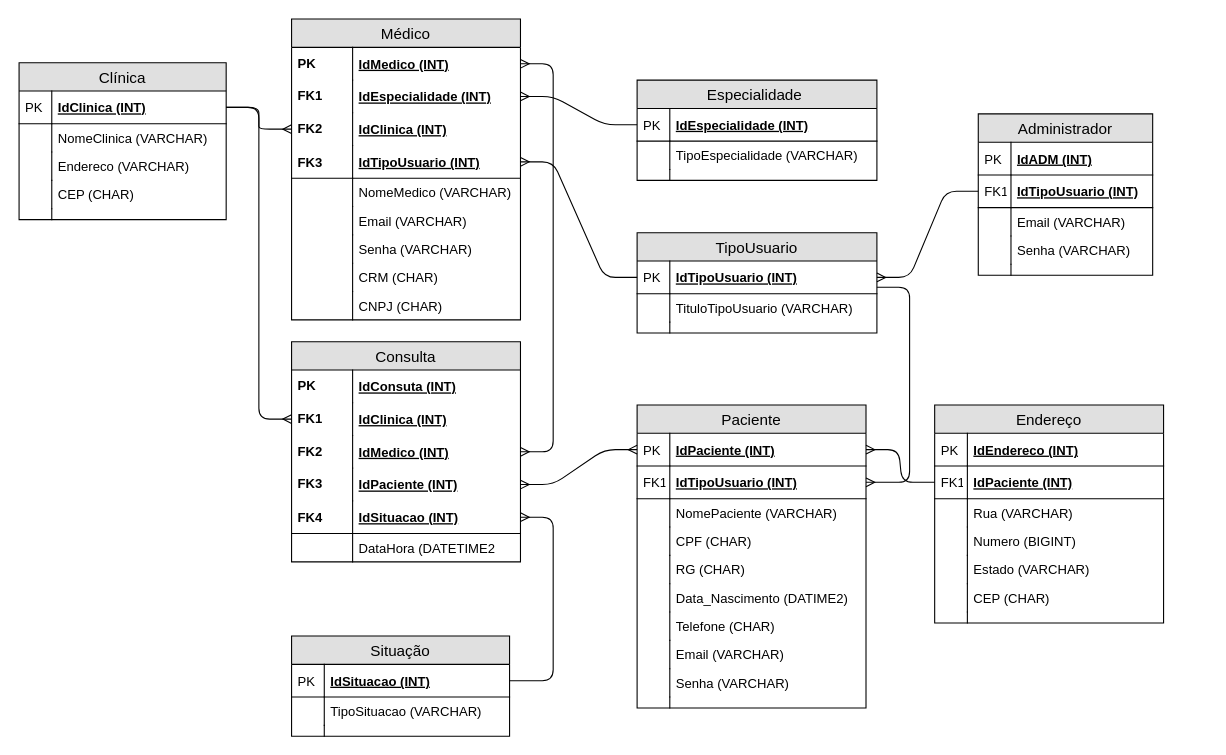
This is page "Lógico" (2 of 2) of Modelagem/SPMed.drawio from Matheus-Nasci/SENAI_SPMedGroup_Sprint1-BD-Tarde-MatheusNascimento, a draw.io file, before an edit. Source tidied: cells renumbered, new cells numbered last; positions are measured from the earlier drawing's top-left corner, leaving out a move shared by most shapes. Both pictures are drawn from the tidied source at 109%, with x=0, y=0 at pixel (19, 19).
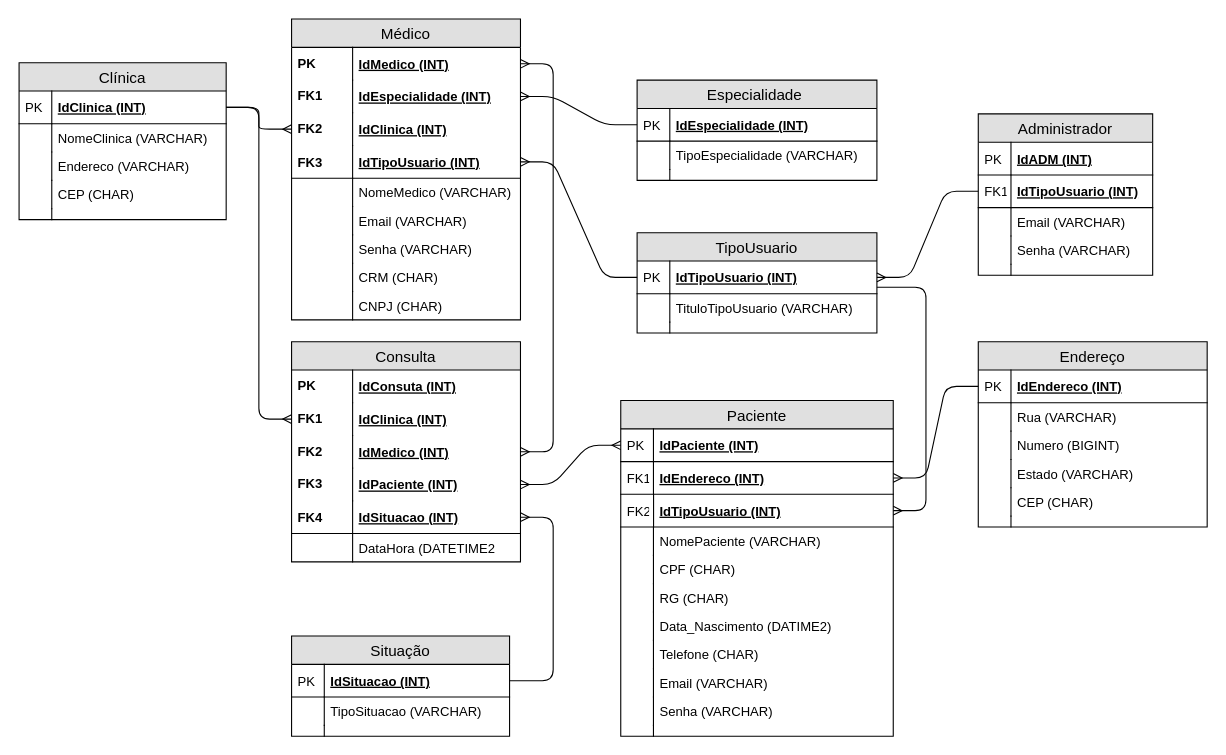
After the change.

Unchanged cells that the change refers to:
```xml
<mxCell id="108" value="IdEndereco (INT)" style="shape=partialRectangle;top=0;left=0;right=0;bottom=1;align=left;verticalAlign=middle;fillColor=none;spacingLeft=34;spacingRight=4;overflow=hidden;points=[[0,0.5],[1,0.5]];portConstraint=eastwest;fontStyle=5;fontSize=12;" parent="107" vertex="1">
  <mxGeometry y="26" width="210" height="30" as="geometry" />
</mxCell>
```

Diff of the diagram source:
```diff
@@
     <mxCell id="20" value="Paciente" style="swimlane;fontStyle=0;horizontal=1;startSize=26;fillColor=#e0e0e0;swimlaneFillColor=#ffffff;align=center;fontSize=14;" parent="1" vertex="1">
-      <mxGeometry x="567" y="354" width="210" height="278" as="geometry" />
+      <mxGeometry x="552" y="350" width="250" height="308" as="geometry" />
     </mxCell>
     <mxCell id="21" value="IdPaciente (INT)" style="shape=partialRectangle;top=0;left=0;right=0;bottom=1;align=left;verticalAlign=middle;fillColor=none;spacingLeft=34;spacingRight=4;overflow=hidden;points=[[0,0.5],[1,0.5]];portConstraint=eastwest;fontStyle=5;fontSize=12;" parent="20" vertex="1">
-      <mxGeometry y="26" width="210" height="30" as="geometry" />
+      <mxGeometry y="26" width="250" height="30" as="geometry" />
     </mxCell>
@@
+    <mxCell id="123" value="IdEndereco (INT)" style="shape=partialRectangle;top=0;left=0;right=0;bottom=1;align=left;verticalAlign=middle;fillColor=none;spacingLeft=34;spacingRight=4;overflow=hidden;points=[[0,0.5],[1,0.5]];portConstraint=eastwest;fontStyle=5;fontSize=12;" parent="20" vertex="1">
+      <mxGeometry y="56" width="250" height="30" as="geometry" />
+    </mxCell>
+    <mxCell id="111" value="FK1" style="shape=partialRectangle;top=0;left=0;bottom=0;fillColor=none;align=left;verticalAlign=middle;spacingLeft=4;spacingRight=4;overflow=hidden;fontSize=12;" parent="123" vertex="1">
+      <mxGeometry width="30" height="30" as="geometry" />
+    </mxCell>
     <mxCell id="23" value="IdTipoUsuario (INT)" style="shape=partialRectangle;top=0;left=0;right=0;bottom=1;align=left;verticalAlign=middle;fillColor=none;spacingLeft=34;spacingRight=4;overflow=hidden;points=[[0,0.5],[1,0.5]];portConstraint=eastwest;fontStyle=5;fontSize=12;" parent="20" vertex="1">
-      <mxGeometry y="56" width="210" height="30" as="geometry" />
+      <mxGeometry y="86" width="250" height="30" as="geometry" />
     </mxCell>
-    <mxCell id="24" value="FK1" style="shape=partialRectangle;top=0;left=0;bottom=0;fillColor=none;align=left;verticalAlign=middle;spacingLeft=4;spacingRight=4;overflow=hidden;fontSize=12;" parent="23" vertex="1">
-      <mxGeometry width="30" height="30" as="geometry" />
+    <mxCell id="24" value="FK2" style="shape=partialRectangle;top=0;left=0;bottom=0;fillColor=none;align=left;verticalAlign=middle;spacingLeft=4;spacingRight=4;overflow=hidden;fontSize=12;" parent="23" vertex="1">
+      <mxGeometry width="30.1" height="30" as="geometry" />
     </mxCell>
     <mxCell id="25" value="NomePaciente (VARCHAR)" style="shape=partialRectangle;top=0;left=0;right=0;bottom=0;align=left;verticalAlign=top;fillColor=none;spacingLeft=34;spacingRight=4;overflow=hidden;fontSize=12;" parent="20" vertex="1">
-      <mxGeometry y="86" width="210" height="26" as="geometry" />
+      <mxGeometry y="116" width="250" height="26" as="geometry" />
     </mxCell>
@@
     <mxCell id="27" value="CPF (CHAR)" style="shape=partialRectangle;top=0;left=0;right=0;bottom=0;align=left;verticalAlign=top;fillColor=none;spacingLeft=34;spacingRight=4;overflow=hidden;fontSize=12;" parent="20" vertex="1">
-      <mxGeometry y="112" width="210" height="26" as="geometry" />
+      <mxGeometry y="142" width="250" height="26" as="geometry" />
     </mxCell>
@@
     <mxCell id="29" value="RG (CHAR)" style="shape=partialRectangle;top=0;left=0;right=0;bottom=0;align=left;verticalAlign=top;fillColor=none;spacingLeft=34;spacingRight=4;overflow=hidden;fontSize=12;" parent="20" vertex="1">
-      <mxGeometry y="138" width="210" height="26" as="geometry" />
+      <mxGeometry y="168" width="250" height="26" as="geometry" />
     </mxCell>
@@
     <mxCell id="31" value="Data_Nascimento (DATIME2)" style="shape=partialRectangle;top=0;left=0;right=0;bottom=0;align=left;verticalAlign=top;fillColor=none;spacingLeft=34;spacingRight=4;overflow=hidden;fontSize=12;" parent="20" vertex="1">
-      <mxGeometry y="164" width="210" height="26" as="geometry" />
+      <mxGeometry y="194" width="250" height="26" as="geometry" />
     </mxCell>
@@
     <mxCell id="33" value="Telefone (CHAR)" style="shape=partialRectangle;top=0;left=0;right=0;bottom=0;align=left;verticalAlign=top;fillColor=none;spacingLeft=34;spacingRight=4;overflow=hidden;fontSize=12;" parent="20" vertex="1">
-      <mxGeometry y="190" width="210" height="26" as="geometry" />
+      <mxGeometry y="220" width="250" height="26" as="geometry" />
     </mxCell>
@@
     <mxCell id="35" value="Email (VARCHAR)" style="shape=partialRectangle;top=0;left=0;right=0;bottom=0;align=left;verticalAlign=top;fillColor=none;spacingLeft=34;spacingRight=4;overflow=hidden;fontSize=12;" parent="20" vertex="1">
-      <mxGeometry y="216" width="210" height="26" as="geometry" />
+      <mxGeometry y="246" width="250" height="26" as="geometry" />
     </mxCell>
@@
     <mxCell id="37" value="Senha (VARCHAR)" style="shape=partialRectangle;top=0;left=0;right=0;bottom=0;align=left;verticalAlign=top;fillColor=none;spacingLeft=34;spacingRight=4;overflow=hidden;fontSize=12;" parent="20" vertex="1">
-      <mxGeometry y="242" width="210" height="26" as="geometry" />
+      <mxGeometry y="272" width="250" height="26" as="geometry" />
     </mxCell>
@@
     <mxCell id="39" style="shape=partialRectangle;top=0;left=0;right=0;bottom=0;align=left;verticalAlign=top;fillColor=none;spacingLeft=34;spacingRight=4;overflow=hidden;fontSize=12;" parent="20" vertex="1">
-      <mxGeometry y="268" width="210" height="10" as="geometry" />
+      <mxGeometry y="298" width="250" height="10" as="geometry" />
     </mxCell>
@@
     <mxCell id="107" value="Endereço" style="swimlane;fontStyle=0;horizontal=1;startSize=26;fillColor=#e0e0e0;swimlaneFillColor=#ffffff;align=center;fontSize=14;" parent="1" vertex="1">
-      <mxGeometry x="840" y="354" width="210" height="200" as="geometry" />
+      <mxGeometry x="880" y="296" width="210" height="170" as="geometry" />
     </mxCell>
@@
-    <mxCell id="110" value="IdPaciente (INT)" style="shape=partialRectangle;top=0;left=0;right=0;bottom=1;align=left;verticalAlign=middle;fillColor=none;spacingLeft=34;spacingRight=4;overflow=hidden;points=[[0,0.5],[1,0.5]];portConstraint=eastwest;fontStyle=5;fontSize=12;" parent="107" vertex="1">
-      <mxGeometry y="56" width="210" height="30" as="geometry" />
-    </mxCell>
-    <mxCell id="111" value="FK1" style="shape=partialRectangle;top=0;left=0;bottom=0;fillColor=none;align=left;verticalAlign=middle;spacingLeft=4;spacingRight=4;overflow=hidden;fontSize=12;" parent="110" vertex="1">
-      <mxGeometry width="30" height="30" as="geometry" />
-    </mxCell>
     <mxCell id="112" value="Rua (VARCHAR)" style="shape=partialRectangle;top=0;left=0;right=0;bottom=0;align=left;verticalAlign=top;fillColor=none;spacingLeft=34;spacingRight=4;overflow=hidden;fontSize=12;" parent="107" vertex="1">
-      <mxGeometry y="86" width="210" height="26" as="geometry" />
+      <mxGeometry y="56" width="210" height="26" as="geometry" />
     </mxCell>
@@
     <mxCell id="114" value="Numero (BIGINT)" style="shape=partialRectangle;top=0;left=0;right=0;bottom=0;align=left;verticalAlign=top;fillColor=none;spacingLeft=34;spacingRight=4;overflow=hidden;fontSize=12;" parent="107" vertex="1">
-      <mxGeometry y="112" width="210" height="26" as="geometry" />
+      <mxGeometry y="82" width="210" height="26" as="geometry" />
     </mxCell>
@@
     <mxCell id="116" value="Estado (VARCHAR)" style="shape=partialRectangle;top=0;left=0;right=0;bottom=0;align=left;verticalAlign=top;fillColor=none;spacingLeft=34;spacingRight=4;overflow=hidden;fontSize=12;" parent="107" vertex="1">
-      <mxGeometry y="138" width="210" height="26" as="geometry" />
+      <mxGeometry y="108" width="210" height="26" as="geometry" />
     </mxCell>
@@
     <mxCell id="118" value="CEP (CHAR)" style="shape=partialRectangle;top=0;left=0;right=0;bottom=0;align=left;verticalAlign=top;fillColor=none;spacingLeft=34;spacingRight=4;overflow=hidden;fontSize=12;" parent="107" vertex="1">
-      <mxGeometry y="164" width="210" height="26" as="geometry" />
+      <mxGeometry y="134" width="210" height="26" as="geometry" />
     </mxCell>
@@
     <mxCell id="120" style="shape=partialRectangle;top=0;left=0;right=0;bottom=0;align=left;verticalAlign=top;fillColor=none;spacingLeft=34;spacingRight=4;overflow=hidden;fontSize=12;" parent="107" vertex="1">
-      <mxGeometry y="190" width="210" height="10" as="geometry" />
+      <mxGeometry y="160" width="210" height="10" as="geometry" />
     </mxCell>
@@
-    <mxCell id="122" style="edgeStyle=entityRelationEdgeStyle;fontSize=12;html=1;endArrow=ERmany;" parent="1" edge="1" source="110" target="21">
+    <mxCell id="122" style="edgeStyle=entityRelationEdgeStyle;fontSize=12;html=1;endArrow=ERmany;" parent="1" edge="1" source="108" target="123">
       <mxGeometry relative="1" as="geometry" />
     </mxCell>
```
